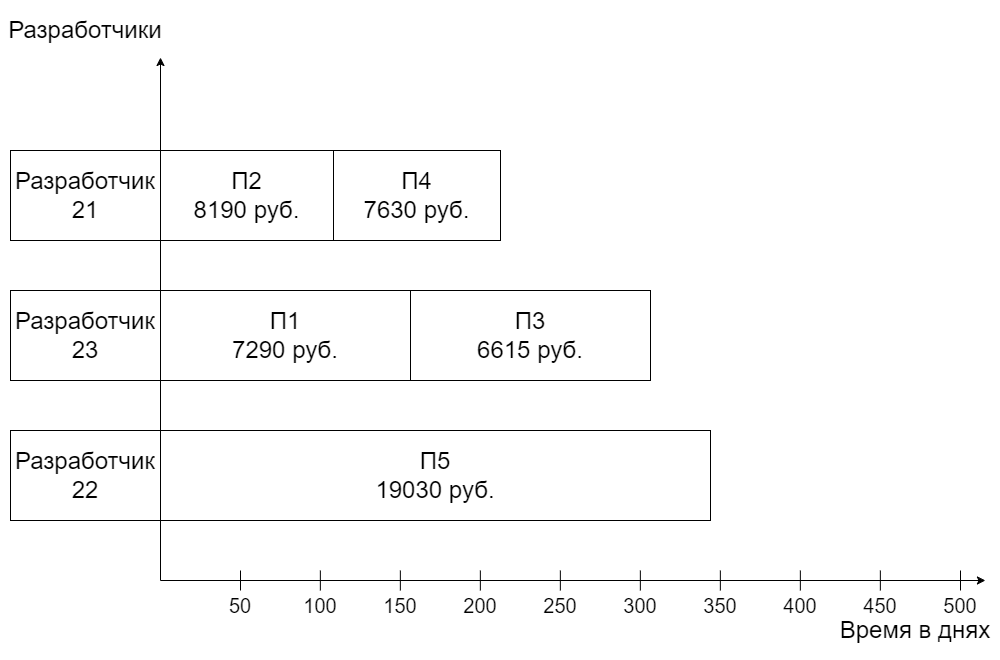
Above: PASKurs/лабораторные работы/l3/PAS3.3.5.drawio.png in Lenonim/KursPro (draw.io), before the change. Source tidied: cells renumbered, new cells last; positions are measured from the earlier drawing's top-left corner, leaving out a move shared by most shapes.
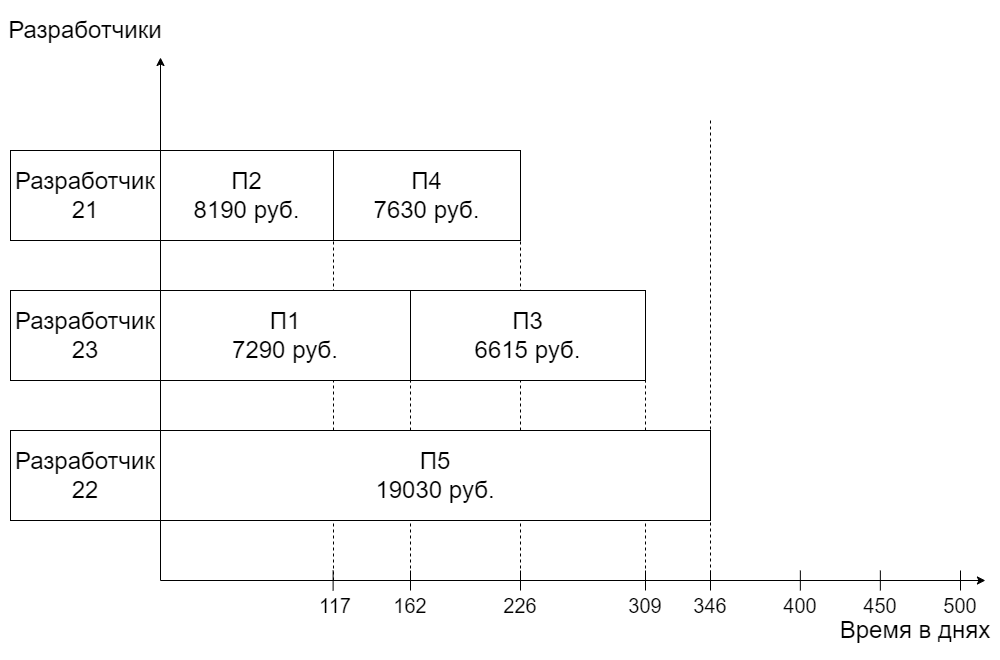
After the change.

What changed in the source:
```diff
@@ -2,18 +2,18 @@
   <root>
     <mxCell id="0" />
     <mxCell id="1" parent="0" />
-    <mxCell id="2" style="endArrow=classic;html=1;rounded=0;" parent="1" edge="1">
-      <mxGeometry relative="1" as="geometry">
-        <mxPoint x="160" y="580" as="sourcePoint" />
-        <mxPoint x="160" y="57" as="targetPoint" />
-      </mxGeometry>
-    </mxCell>
-    <mxCell id="3" style="endArrow=classic;html=1;rounded=0;" parent="1" edge="1">
-      <mxGeometry relative="1" as="geometry">
-        <mxPoint x="160" y="580" as="sourcePoint" />
-        <mxPoint x="984.9" y="580" as="targetPoint" />
-      </mxGeometry>
-    </mxCell>
+    <mxCell id="34" style="endArrow=classic;html=1;rounded=0;" parent="1" edge="1">
+      <mxGeometry relative="1" as="geometry">
+        <mxPoint x="160" y="580" as="sourcePoint" />
+        <mxPoint x="160" y="57" as="targetPoint" />
+      </mxGeometry>
+    </mxCell>
+    <mxCell id="35" style="endArrow=classic;html=1;rounded=0;" parent="1" edge="1">
+      <mxGeometry relative="1" as="geometry">
+        <mxPoint x="160" y="580" as="sourcePoint" />
+        <mxPoint x="984.9" y="580" as="targetPoint" />
+      </mxGeometry>
+    </mxCell>
     <mxCell id="4" value="&lt;font style=&quot;font-size: 24px;&quot;&gt;Разработчик&lt;br style=&quot;border-color: var(--border-color);&quot;&gt;22&lt;/font&gt;" style="rounded=0;whiteSpace=wrap;html=1;" parent="1" vertex="1">
       <mxGeometry x="10" y="430" width="150" height="90" as="geometry" />
     </mxCell>
@@ -32,106 +32,115 @@
     <mxCell id="9" value="&lt;font style=&quot;font-size: 24px;&quot;&gt;П2&lt;br&gt;8190 руб.&lt;br&gt;&lt;/font&gt;" style="rounded=0;whiteSpace=wrap;html=1;" parent="1" vertex="1">
       <mxGeometry x="160" y="150" width="173" height="90" as="geometry" />
     </mxCell>
-    <mxCell id="10" value="50" style="text;html=1;strokeColor=none;fillColor=none;align=center;verticalAlign=middle;whiteSpace=wrap;rounded=0;fontSize=20;" parent="1" vertex="1">
-      <mxGeometry x="210" y="590" width="60" height="30" as="geometry" />
-    </mxCell>
-    <mxCell id="11" value="100" style="text;html=1;strokeColor=none;fillColor=none;align=center;verticalAlign=middle;whiteSpace=wrap;rounded=0;fontSize=20;" parent="1" vertex="1">
-      <mxGeometry x="290" y="590" width="60" height="30" as="geometry" />
-    </mxCell>
-    <mxCell id="12" value="150" style="text;html=1;strokeColor=none;fillColor=none;align=center;verticalAlign=middle;whiteSpace=wrap;rounded=0;fontSize=20;" parent="1" vertex="1">
-      <mxGeometry x="370" y="590" width="60" height="30" as="geometry" />
-    </mxCell>
-    <mxCell id="13" value="200" style="text;html=1;strokeColor=none;fillColor=none;align=center;verticalAlign=middle;whiteSpace=wrap;rounded=0;fontSize=20;" parent="1" vertex="1">
-      <mxGeometry x="450" y="590" width="60" height="30" as="geometry" />
-    </mxCell>
-    <mxCell id="14" value="250" style="text;html=1;strokeColor=none;fillColor=none;align=center;verticalAlign=middle;whiteSpace=wrap;rounded=0;fontSize=20;" parent="1" vertex="1">
-      <mxGeometry x="530" y="590" width="60" height="30" as="geometry" />
-    </mxCell>
-    <mxCell id="15" value="300" style="text;html=1;strokeColor=none;fillColor=none;align=center;verticalAlign=middle;whiteSpace=wrap;rounded=0;fontSize=20;" parent="1" vertex="1">
-      <mxGeometry x="610" y="590" width="60" height="30" as="geometry" />
-    </mxCell>
-    <mxCell id="16" value="350" style="text;html=1;strokeColor=none;fillColor=none;align=center;verticalAlign=middle;whiteSpace=wrap;rounded=0;fontSize=20;" parent="1" vertex="1">
-      <mxGeometry x="690" y="590" width="60" height="30" as="geometry" />
-    </mxCell>
+    <mxCell id="36" value="117" style="text;html=1;strokeColor=none;fillColor=none;align=center;verticalAlign=middle;whiteSpace=wrap;rounded=0;fontSize=20;" parent="1" vertex="1">
+      <mxGeometry x="305" y="590" width="60" height="30" as="geometry" />
+    </mxCell>
+    <mxCell id="37" value="162" style="text;html=1;strokeColor=none;fillColor=none;align=center;verticalAlign=middle;whiteSpace=wrap;rounded=0;fontSize=20;" parent="1" vertex="1">
+      <mxGeometry x="380" y="590" width="60" height="30" as="geometry" />
+    </mxCell>
+    <mxCell id="38" value="226" style="text;html=1;strokeColor=none;fillColor=none;align=center;verticalAlign=middle;whiteSpace=wrap;rounded=0;fontSize=20;" parent="1" vertex="1">
+      <mxGeometry x="490" y="590" width="60" height="30" as="geometry" />
+    </mxCell>
+    <mxCell id="39" value="309" style="text;html=1;strokeColor=none;fillColor=none;align=center;verticalAlign=middle;whiteSpace=wrap;rounded=0;fontSize=20;" parent="1" vertex="1">
+      <mxGeometry x="615" y="590" width="60" height="30" as="geometry" />
+    </mxCell>
+    <mxCell id="40" value="346" style="text;html=1;strokeColor=none;fillColor=none;align=center;verticalAlign=middle;whiteSpace=wrap;rounded=0;fontSize=20;" parent="1" vertex="1">
+      <mxGeometry x="680" y="590" width="60" height="30" as="geometry" />
+    </mxCell>
     <mxCell id="17" value="400" style="text;html=1;strokeColor=none;fillColor=none;align=center;verticalAlign=middle;whiteSpace=wrap;rounded=0;fontSize=20;" parent="1" vertex="1">
       <mxGeometry x="770" y="590" width="60" height="30" as="geometry" />
     </mxCell>
     <mxCell id="18" value="450" style="text;html=1;strokeColor=none;fillColor=none;align=center;verticalAlign=middle;whiteSpace=wrap;rounded=0;fontSize=20;" parent="1" vertex="1">
       <mxGeometry x="850" y="590" width="60" height="30" as="geometry" />
     </mxCell>
-    <mxCell id="19" style="endArrow=none;html=1;rounded=0;exitX=0.5;exitY=0;exitDx=0;exitDy=0;" parent="1" edge="1" source="10">
-      <mxGeometry relative="1" as="geometry">
-        <mxPoint x="240" y="570" as="targetPoint" />
-      </mxGeometry>
-    </mxCell>
-    <mxCell id="20" style="endArrow=none;html=1;rounded=0;exitX=0.5;exitY=0;exitDx=0;exitDy=0;" parent="1" edge="1">
-      <mxGeometry relative="1" as="geometry">
-        <mxPoint x="319.9" y="590" as="sourcePoint" />
-        <mxPoint x="319.9" y="570" as="targetPoint" />
-      </mxGeometry>
-    </mxCell>
-    <mxCell id="21" style="endArrow=none;html=1;rounded=0;exitX=0.5;exitY=0;exitDx=0;exitDy=0;" parent="1" edge="1">
-      <mxGeometry relative="1" as="geometry">
-        <mxPoint x="399.9" y="590" as="sourcePoint" />
-        <mxPoint x="399.9" y="570" as="targetPoint" />
-      </mxGeometry>
-    </mxCell>
-    <mxCell id="22" style="endArrow=none;html=1;rounded=0;exitX=0.5;exitY=0;exitDx=0;exitDy=0;" parent="1" edge="1">
-      <mxGeometry relative="1" as="geometry">
-        <mxPoint x="479.9" y="590" as="sourcePoint" />
-        <mxPoint x="479.9" y="570" as="targetPoint" />
-      </mxGeometry>
-    </mxCell>
-    <mxCell id="23" style="endArrow=none;html=1;rounded=0;exitX=0.5;exitY=0;exitDx=0;exitDy=0;" parent="1" edge="1">
-      <mxGeometry relative="1" as="geometry">
-        <mxPoint x="559.9" y="590" as="sourcePoint" />
-        <mxPoint x="559.9" y="570" as="targetPoint" />
-      </mxGeometry>
-    </mxCell>
-    <mxCell id="24" style="endArrow=none;html=1;rounded=0;exitX=0.5;exitY=0;exitDx=0;exitDy=0;" parent="1" edge="1">
-      <mxGeometry relative="1" as="geometry">
-        <mxPoint x="639.9" y="590" as="sourcePoint" />
-        <mxPoint x="639.9" y="570" as="targetPoint" />
-      </mxGeometry>
-    </mxCell>
-    <mxCell id="25" style="endArrow=none;html=1;rounded=0;exitX=0.5;exitY=0;exitDx=0;exitDy=0;" parent="1" edge="1">
-      <mxGeometry relative="1" as="geometry">
-        <mxPoint x="719.8" y="590" as="sourcePoint" />
-        <mxPoint x="719.8" y="570" as="targetPoint" />
-      </mxGeometry>
-    </mxCell>
-    <mxCell id="26" style="endArrow=none;html=1;rounded=0;exitX=0.5;exitY=0;exitDx=0;exitDy=0;" parent="1" edge="1">
-      <mxGeometry relative="1" as="geometry">
-        <mxPoint x="799.8" y="590" as="sourcePoint" />
-        <mxPoint x="799.8" y="570" as="targetPoint" />
-      </mxGeometry>
-    </mxCell>
-    <mxCell id="27" style="endArrow=none;html=1;rounded=0;exitX=0.5;exitY=0;exitDx=0;exitDy=0;" parent="1" edge="1">
-      <mxGeometry relative="1" as="geometry">
-        <mxPoint x="879.8" y="590" as="sourcePoint" />
-        <mxPoint x="879.8" y="570" as="targetPoint" />
-      </mxGeometry>
-    </mxCell>
-    <mxCell id="28" style="endArrow=none;html=1;rounded=0;exitX=0.5;exitY=0;exitDx=0;exitDy=0;" parent="1" edge="1">
-      <mxGeometry relative="1" as="geometry">
-        <mxPoint x="960" y="590" as="sourcePoint" />
-        <mxPoint x="960" y="570" as="targetPoint" />
-      </mxGeometry>
-    </mxCell>
+    <mxCell id="41" style="endArrow=none;html=1;rounded=0;exitX=0.5;exitY=0;exitDx=0;exitDy=0;" parent="1" edge="1">
+      <mxGeometry relative="1" as="geometry">
+        <mxPoint x="332.6" y="590" as="sourcePoint" />
+        <mxPoint x="332.6" y="570" as="targetPoint" />
+      </mxGeometry>
+    </mxCell>
+    <mxCell id="42" style="endArrow=none;html=1;rounded=0;exitX=0.5;exitY=0;exitDx=0;exitDy=0;" parent="1" edge="1">
+      <mxGeometry relative="1" as="geometry">
+        <mxPoint x="410" y="590" as="sourcePoint" />
+        <mxPoint x="410" y="570" as="targetPoint" />
+      </mxGeometry>
+    </mxCell>
+    <mxCell id="43" style="endArrow=none;html=1;rounded=0;exitX=0.5;exitY=0;exitDx=0;exitDy=0;" parent="1" edge="1">
+      <mxGeometry relative="1" as="geometry">
+        <mxPoint x="520" y="590" as="sourcePoint" />
+        <mxPoint x="520" y="570" as="targetPoint" />
+      </mxGeometry>
+    </mxCell>
+    <mxCell id="44" style="endArrow=none;html=1;rounded=0;exitX=0.5;exitY=0;exitDx=0;exitDy=0;" parent="1" edge="1">
+      <mxGeometry relative="1" as="geometry">
+        <mxPoint x="645" y="590" as="sourcePoint" />
+        <mxPoint x="645" y="570" as="targetPoint" />
+      </mxGeometry>
+    </mxCell>
+    <mxCell id="45" style="endArrow=none;html=1;rounded=0;exitX=0.5;exitY=0;exitDx=0;exitDy=0;" parent="1" edge="1">
+      <mxGeometry relative="1" as="geometry">
+        <mxPoint x="710" y="590" as="sourcePoint" />
+        <mxPoint x="710" y="570" as="targetPoint" />
+      </mxGeometry>
+    </mxCell>
+    <mxCell id="46" style="endArrow=none;html=1;rounded=0;exitX=0.5;exitY=0;exitDx=0;exitDy=0;" parent="1" edge="1">
+      <mxGeometry relative="1" as="geometry">
+        <mxPoint x="799.8" y="590" as="sourcePoint" />
+        <mxPoint x="799.8" y="570" as="targetPoint" />
+      </mxGeometry>
+    </mxCell>
+    <mxCell id="47" style="endArrow=none;html=1;rounded=0;exitX=0.5;exitY=0;exitDx=0;exitDy=0;" parent="1" edge="1">
+      <mxGeometry relative="1" as="geometry">
+        <mxPoint x="879.8" y="590" as="sourcePoint" />
+        <mxPoint x="879.8" y="570" as="targetPoint" />
+      </mxGeometry>
+    </mxCell>
+    <mxCell id="48" style="endArrow=none;html=1;rounded=0;exitX=0.5;exitY=0;exitDx=0;exitDy=0;" parent="1" edge="1">
+      <mxGeometry relative="1" as="geometry">
+        <mxPoint x="960" y="590" as="sourcePoint" />
+        <mxPoint x="960" y="570" as="targetPoint" />
+      </mxGeometry>
+    </mxCell>
     <mxCell id="29" value="500" style="text;html=1;strokeColor=none;fillColor=none;align=center;verticalAlign=middle;whiteSpace=wrap;rounded=0;fontSize=20;" parent="1" vertex="1">
       <mxGeometry x="930" y="590" width="60" height="30" as="geometry" />
     </mxCell>
-    <mxCell id="30" value="&lt;font style=&quot;font-size: 24px;&quot;&gt;П5&lt;br&gt;19030 руб.&lt;br&gt;&lt;/font&gt;" style="rounded=0;whiteSpace=wrap;html=1;" parent="1" vertex="1">
-      <mxGeometry x="160" y="430" width="550" height="90" as="geometry" />
-    </mxCell>
     <mxCell id="31" value="&lt;font style=&quot;font-size: 24px;&quot;&gt;П4&lt;br&gt;7630 руб.&lt;br&gt;&lt;/font&gt;" style="rounded=0;whiteSpace=wrap;html=1;" parent="1" vertex="1">
-      <mxGeometry x="333" y="150" width="167" height="90" as="geometry" />
+      <mxGeometry x="333" y="150" width="187" height="90" as="geometry" />
     </mxCell>
+    <mxCell id="49" style="endArrow=none;dashed=1;html=1;rounded=0;entryX=0;entryY=1;entryDx=0;entryDy=0;" parent="1" edge="1" target="33">
+      <mxGeometry relative="1" as="geometry">
+        <mxPoint x="410" y="580" as="sourcePoint" />
+      </mxGeometry>
+    </mxCell>
+    <mxCell id="50" style="endArrow=none;dashed=1;html=1;rounded=0;entryX=1;entryY=1;entryDx=0;entryDy=0;" parent="1" edge="1" target="9">
+      <mxGeometry relative="1" as="geometry">
+        <mxPoint x="333" y="580" as="sourcePoint" />
+      </mxGeometry>
+    </mxCell>
+    <mxCell id="51" style="endArrow=none;dashed=1;html=1;rounded=0;entryX=1;entryY=1;entryDx=0;entryDy=0;" parent="1" edge="1" target="31">
+      <mxGeometry relative="1" as="geometry">
+        <mxPoint x="520" y="580" as="sourcePoint" />
+      </mxGeometry>
+    </mxCell>
     <mxCell id="32" value="&lt;font style=&quot;font-size: 24px;&quot;&gt;П1&lt;br&gt;7290 руб.&lt;br&gt;&lt;/font&gt;" style="rounded=0;whiteSpace=wrap;html=1;" parent="1" vertex="1">
       <mxGeometry x="160" y="290" width="250" height="90" as="geometry" />
     </mxCell>
     <mxCell id="33" value="&lt;font style=&quot;font-size: 24px;&quot;&gt;П3&lt;br&gt;6615 руб.&lt;br&gt;&lt;/font&gt;" style="rounded=0;whiteSpace=wrap;html=1;" parent="1" vertex="1">
-      <mxGeometry x="410" y="290" width="240" height="90" as="geometry" />
+      <mxGeometry x="410" y="290" width="235" height="90" as="geometry" />
     </mxCell>
+    <mxCell id="52" style="endArrow=none;dashed=1;html=1;rounded=0;" parent="1" edge="1">
+      <mxGeometry relative="1" as="geometry">
+        <mxPoint x="710" y="120" as="sourcePoint" />
+        <mxPoint x="710" y="580" as="targetPoint" />
+      </mxGeometry>
+    </mxCell>
+    <mxCell id="53" style="endArrow=none;dashed=1;html=1;rounded=0;entryX=1;entryY=1;entryDx=0;entryDy=0;" parent="1" edge="1" target="33">
+      <mxGeometry relative="1" as="geometry">
+        <mxPoint x="645" y="580" as="sourcePoint" />
+      </mxGeometry>
+    </mxCell>
+    <mxCell id="30" value="&lt;font style=&quot;font-size: 24px;&quot;&gt;П5&lt;br&gt;19030 руб.&lt;br&gt;&lt;/font&gt;" style="rounded=0;whiteSpace=wrap;html=1;" parent="1" vertex="1">
+      <mxGeometry x="160" y="430" width="550" height="90" as="geometry" />
+    </mxCell>
   </root>
 </mxGraphModel>
```
